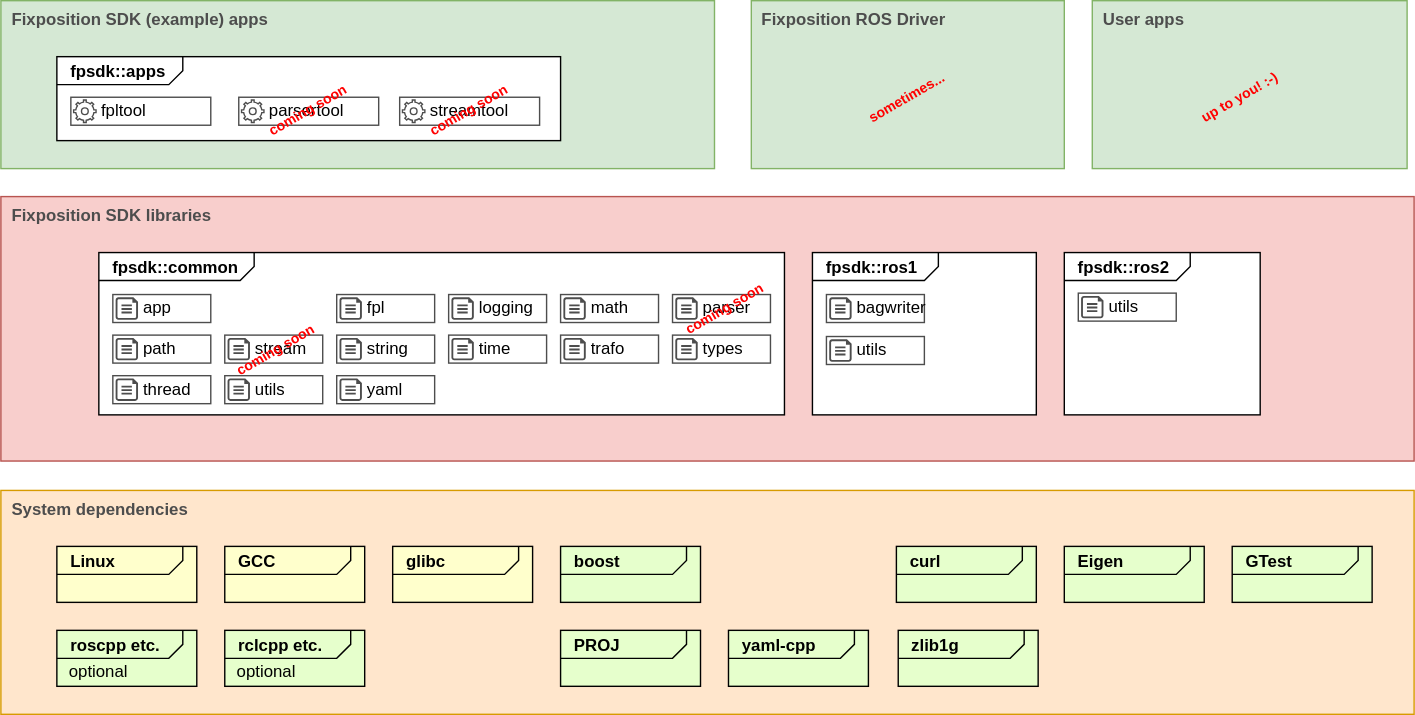
Earlier version of the draw.io export fpsdk_doc/fpsdk-overview.drawio.svg (fixposition/fixposition-sdk). Source tidied: cells renumbered, new cells last; positions are measured from the earlier drawing's top-left corner, leaving out a move shared by most shapes.
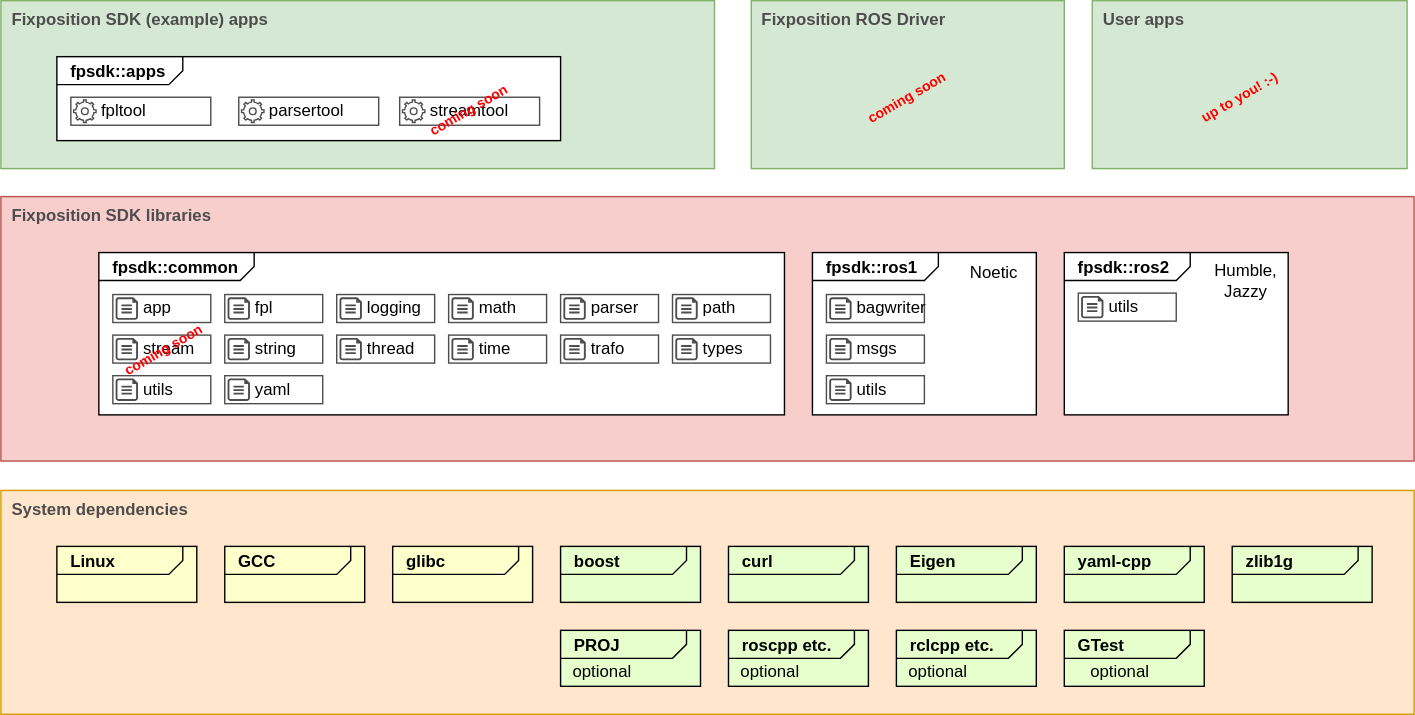
After the commit.

What changed in the source:
```diff
@@ -15,16 +15,16 @@
       <mxGeometry x="40" y="40" width="360" height="60" as="geometry" />
     </mxCell>
     <mxCell id="6" value="&lt;p style=&quot;margin:0px;margin-top:4px;margin-left:10px;text-align:left;&quot;&gt;&lt;b&gt;&lt;font style=&quot;font-size: 12px;&quot;&gt;yaml-cpp&lt;/font&gt;&lt;/b&gt;&lt;/p&gt;" style="html=1;shape=mxgraph.sysml.package;xSize=90;align=left;spacingLeft=10;overflow=fill;fillColor=#E6FFCC;" parent="1" vertex="1">
-      <mxGeometry x="520" y="450" width="100" height="40" as="geometry" />
+      <mxGeometry x="760" y="390" width="100" height="40" as="geometry" />
     </mxCell>
     <mxCell id="7" value="&lt;p style=&quot;margin:0px;margin-top:4px;margin-left:10px;text-align:left;&quot;&gt;&lt;b&gt;&lt;font style=&quot;font-size: 12px;&quot;&gt;roscpp etc.&lt;/font&gt;&lt;/b&gt;&lt;/p&gt;" style="html=1;shape=mxgraph.sysml.package;xSize=90;align=left;spacingLeft=10;overflow=fill;fillColor=#E6FFCC;" parent="1" vertex="1">
-      <mxGeometry x="40" y="450" width="100" height="40" as="geometry" />
+      <mxGeometry x="520" y="450" width="100" height="40" as="geometry" />
     </mxCell>
     <mxCell id="8" value="&lt;p style=&quot;margin:0px;margin-top:4px;margin-left:10px;text-align:left;&quot;&gt;&lt;b&gt;&lt;font style=&quot;font-size: 12px;&quot;&gt;boost&lt;/font&gt;&lt;/b&gt;&lt;/p&gt;" style="html=1;shape=mxgraph.sysml.package;xSize=90;align=left;spacingLeft=10;overflow=fill;fillColor=#E6FFCC;" parent="1" vertex="1">
       <mxGeometry x="400" y="390" width="100" height="40" as="geometry" />
     </mxCell>
     <mxCell id="9" value="&lt;p style=&quot;margin:0px;margin-top:4px;margin-left:10px;text-align:left;&quot;&gt;&lt;b&gt;&lt;font style=&quot;font-size: 12px;&quot;&gt;zlib1g&lt;/font&gt;&lt;/b&gt;&lt;/p&gt;" style="html=1;shape=mxgraph.sysml.package;xSize=90;align=left;spacingLeft=10;overflow=fill;fillColor=#E6FFCC;" parent="1" vertex="1">
-      <mxGeometry x="641.3" y="450" width="100" height="40" as="geometry" />
+      <mxGeometry x="880" y="390" width="100" height="40" as="geometry" />
     </mxCell>
     <mxCell id="10" value="&lt;p style=&quot;margin:0px;margin-top:4px;margin-left:10px;text-align:left;&quot;&gt;&lt;b&gt;&lt;font style=&quot;font-size: 12px;&quot;&gt;GCC&lt;/font&gt;&lt;/b&gt;&lt;/p&gt;" style="html=1;shape=mxgraph.sysml.package;xSize=90;align=left;spacingLeft=10;overflow=fill;fillColor=#FFFFCC;" parent="1" vertex="1">
       <mxGeometry x="160" y="390" width="100" height="40" as="geometry" />
@@ -71,9 +71,6 @@
     <mxCell id="24" value="parsertool" style="whiteSpace=wrap;html=1;strokeColor=#4D4D4D;strokeWidth=1;fontSize=12;fillColor=none;align=left;spacingLeft=20;" parent="22" vertex="1">
       <mxGeometry width="100" height="20" as="geometry" />
     </mxCell>
-    <mxCell id="25" value="coming soon" style="text;strokeColor=none;align=center;fillColor=none;html=1;verticalAlign=middle;whiteSpace=wrap;rounded=0;fontColor=#FF0000;fontStyle=1;rotation=-30;opacity=25;spacing=0;fontSize=10;spacingTop=-2;" parent="22" vertex="1">
-      <mxGeometry x="14.3" y="4.3" width="71.3" height="11.3" as="geometry" />
-    </mxCell>
     <mxCell id="26" value="&lt;p style=&quot;margin:0px;margin-top:4px;margin-left:10px;text-align:left;&quot;&gt;&lt;b&gt;&lt;font style=&quot;font-size: 12px;&quot;&gt;Linux&lt;/font&gt;&lt;/b&gt;&lt;/p&gt;" style="html=1;shape=mxgraph.sysml.package;xSize=90;align=left;spacingLeft=10;overflow=fill;fillColor=#FFFFCC;" parent="1" vertex="1">
       <mxGeometry x="40" y="390" width="100" height="40" as="geometry" />
     </mxCell>
@@ -81,25 +78,25 @@
       <mxGeometry x="280" y="390" width="100" height="40" as="geometry" />
     </mxCell>
     <mxCell id="28" value="&lt;p style=&quot;margin:0px;margin-top:4px;margin-left:10px;text-align:left;&quot;&gt;&lt;b&gt;&lt;font style=&quot;font-size: 12px;&quot;&gt;curl&lt;/font&gt;&lt;/b&gt;&lt;/p&gt;" style="html=1;shape=mxgraph.sysml.package;xSize=90;align=left;spacingLeft=10;overflow=fill;fillColor=#E6FFCC;" parent="1" vertex="1">
-      <mxGeometry x="640" y="390" width="100" height="40" as="geometry" />
+      <mxGeometry x="520" y="390" width="100" height="40" as="geometry" />
     </mxCell>
     <mxCell id="29" value="&lt;p style=&quot;margin:0px;margin-top:4px;margin-left:10px;text-align:left;&quot;&gt;&lt;b&gt;&lt;font style=&quot;font-size: 12px;&quot;&gt;Eigen&lt;/font&gt;&lt;/b&gt;&lt;/p&gt;" style="html=1;shape=mxgraph.sysml.package;xSize=90;align=left;spacingLeft=10;overflow=fill;fillColor=#E6FFCC;" parent="1" vertex="1">
-      <mxGeometry x="760" y="390" width="100" height="40" as="geometry" />
+      <mxGeometry x="640" y="390" width="100" height="40" as="geometry" />
     </mxCell>
     <mxCell id="30" value="&lt;p style=&quot;margin:0px;margin-top:4px;margin-left:10px;text-align:left;&quot;&gt;&lt;b&gt;&lt;font style=&quot;font-size: 12px;&quot;&gt;GTest&lt;/font&gt;&lt;/b&gt;&lt;/p&gt;" style="html=1;shape=mxgraph.sysml.package;xSize=90;align=left;spacingLeft=10;overflow=fill;fillColor=#E6FFCC;" parent="1" vertex="1">
-      <mxGeometry x="880" y="390" width="100" height="40" as="geometry" />
+      <mxGeometry x="760" y="450" width="100" height="40" as="geometry" />
     </mxCell>
     <mxCell id="31" value="&lt;p style=&quot;margin:0px;margin-top:4px;margin-left:10px;text-align:left;&quot;&gt;&lt;b&gt;PROJ&lt;/b&gt;&lt;/p&gt;" style="html=1;shape=mxgraph.sysml.package;xSize=90;align=left;spacingLeft=10;overflow=fill;fillColor=#E6FFCC;" parent="1" vertex="1">
       <mxGeometry x="400" y="450" width="100" height="40" as="geometry" />
     </mxCell>
     <mxCell id="32" value="&lt;p style=&quot;margin:0px;margin-top:4px;margin-left:10px;text-align:left;&quot;&gt;&lt;b&gt;&lt;font style=&quot;font-size: 12px;&quot;&gt;rclcpp etc.&lt;/font&gt;&lt;/b&gt;&lt;/p&gt;" style="html=1;shape=mxgraph.sysml.package;xSize=90;align=left;spacingLeft=10;overflow=fill;fillColor=#E6FFCC;" parent="1" vertex="1">
-      <mxGeometry x="160" y="450" width="100" height="40" as="geometry" />
+      <mxGeometry x="640" y="450" width="100" height="40" as="geometry" />
     </mxCell>
     <mxCell id="33" value="optional" style="text;strokeColor=none;align=center;fillColor=none;html=1;verticalAlign=middle;whiteSpace=wrap;rounded=0;" parent="1" vertex="1">
-      <mxGeometry x="40" y="465" width="60" height="30" as="geometry" />
+      <mxGeometry x="520" y="465" width="60" height="30" as="geometry" />
     </mxCell>
     <mxCell id="34" value="optional" style="text;strokeColor=none;align=center;fillColor=none;html=1;verticalAlign=middle;whiteSpace=wrap;rounded=0;" parent="1" vertex="1">
-      <mxGeometry x="160" y="465" width="60" height="30" as="geometry" />
+      <mxGeometry x="640" y="465" width="60" height="30" as="geometry" />
     </mxCell>
     <mxCell id="35" value="Fixposition ROS Driver" style="whiteSpace=wrap;html=1;strokeColor=#82b366;strokeWidth=1;fontSize=12;fillColor=#d5e8d4;verticalAlign=top;align=left;fontStyle=1;spacingLeft=6;fontColor=#4D4D4D;" parent="1" vertex="1">
       <mxGeometry x="536.3" width="223.7" height="120" as="geometry" />
@@ -107,7 +104,7 @@
     <mxCell id="36" value="User apps" style="whiteSpace=wrap;html=1;strokeColor=#82b366;strokeWidth=1;fontSize=12;fillColor=#d5e8d4;verticalAlign=top;align=left;fontStyle=1;spacingLeft=6;fontColor=#4D4D4D;" parent="1" vertex="1">
       <mxGeometry x="780" width="225" height="120" as="geometry" />
     </mxCell>
-    <mxCell id="37" value="sometimes..." style="text;strokeColor=none;align=center;fillColor=none;html=1;verticalAlign=middle;whiteSpace=wrap;rounded=0;fontColor=#FF0000;fontStyle=1;rotation=-30;opacity=25;spacing=0;fontSize=10;spacingTop=-2;" parent="1" vertex="1">
+    <mxCell id="37" value="coming soon" style="text;strokeColor=none;align=center;fillColor=none;html=1;verticalAlign=middle;whiteSpace=wrap;rounded=0;fontColor=#FF0000;fontStyle=1;rotation=-30;opacity=25;spacing=0;fontSize=10;spacingTop=-2;" parent="1" vertex="1">
       <mxGeometry x="612.5" y="64.3" width="71.3" height="11.3" as="geometry" />
     </mxCell>
     <mxCell id="38" value="up to you! :-)" style="text;strokeColor=none;align=center;fillColor=none;html=1;verticalAlign=middle;whiteSpace=wrap;rounded=0;fontColor=#FF0000;fontStyle=1;rotation=-30;opacity=25;spacing=0;fontSize=10;spacingTop=-2;" parent="1" vertex="1">
@@ -120,7 +117,7 @@
       <mxGeometry x="580" y="180" width="160" height="116" as="geometry" />
     </mxCell>
     <mxCell id="41" style="group;" parent="1" vertex="1">
-      <mxGeometry x="160" y="268" width="70" height="20" as="geometry" />
+      <mxGeometry x="80" y="268" width="70" height="20" as="geometry" />
     </mxCell>
     <mxCell id="42" value="utils" style="whiteSpace=wrap;html=1;strokeColor=#4D4D4D;strokeWidth=1;fontSize=12;fillColor=default;align=left;spacingLeft=20;" parent="41" vertex="1">
       <mxGeometry width="70" height="20" as="geometry" />
@@ -138,7 +135,7 @@
       <mxGeometry x="2" y="2" width="16" height="16" as="geometry" />
     </mxCell>
     <mxCell id="47" style="group;" parent="1" vertex="1">
-      <mxGeometry x="80" y="239" width="70" height="20" as="geometry" />
+      <mxGeometry x="480" y="210" width="70" height="20" as="geometry" />
     </mxCell>
     <mxCell id="48" value="path" style="whiteSpace=wrap;html=1;strokeColor=#4D4D4D;strokeWidth=1;fontSize=12;fillColor=default;align=left;spacingLeft=20;" parent="47" vertex="1">
       <mxGeometry width="70" height="20" as="geometry" />
@@ -147,7 +144,7 @@
       <mxGeometry x="2" y="2" width="16" height="16" as="geometry" />
     </mxCell>
     <mxCell id="50" style="group;" parent="1" vertex="1">
-      <mxGeometry x="400" y="210" width="70" height="20" as="geometry" />
+      <mxGeometry x="320" y="210" width="70" height="20" as="geometry" />
     </mxCell>
     <mxCell id="51" value="math" style="whiteSpace=wrap;html=1;strokeColor=#4D4D4D;strokeWidth=1;fontSize=12;fillColor=default;align=left;spacingLeft=20;" parent="50" vertex="1">
       <mxGeometry width="70" height="20" as="geometry" />
@@ -165,7 +162,7 @@
       <mxGeometry x="2" y="2" width="16" height="16" as="geometry" />
     </mxCell>
     <mxCell id="56" style="group;" parent="1" vertex="1">
-      <mxGeometry x="240" y="210" width="70" height="20" as="geometry" />
+      <mxGeometry x="160" y="210" width="70" height="20" as="geometry" />
     </mxCell>
     <mxCell id="57" value="fpl" style="whiteSpace=wrap;html=1;strokeColor=#4D4D4D;strokeWidth=1;fontSize=12;fillColor=default;align=left;spacingLeft=20;" parent="56" vertex="1">
       <mxGeometry width="70" height="20" as="geometry" />
@@ -174,7 +171,7 @@
       <mxGeometry x="2" y="2" width="16" height="16" as="geometry" />
     </mxCell>
     <mxCell id="59" style="group;" parent="1" vertex="1">
-      <mxGeometry x="320" y="210" width="70" height="20" as="geometry" />
+      <mxGeometry x="240" y="210" width="70" height="20" as="geometry" />
     </mxCell>
     <mxCell id="60" value="logging" style="whiteSpace=wrap;html=1;strokeColor=#4D4D4D;strokeWidth=1;fontSize=12;fillColor=default;align=left;spacingLeft=20;" parent="59" vertex="1">
       <mxGeometry width="70" height="20" as="geometry" />
@@ -183,7 +180,7 @@
       <mxGeometry x="2" y="2" width="16" height="16" as="geometry" />
     </mxCell>
     <mxCell id="62" style="group;" parent="1" vertex="1">
-      <mxGeometry x="240" y="239" width="70" height="20" as="geometry" />
+      <mxGeometry x="160" y="239" width="70" height="20" as="geometry" />
     </mxCell>
     <mxCell id="63" value="string" style="whiteSpace=wrap;html=1;strokeColor=#4D4D4D;strokeWidth=1;fontSize=12;fillColor=default;align=left;spacingLeft=20;" parent="62" vertex="1">
       <mxGeometry width="70" height="20" as="geometry" />
@@ -192,7 +189,7 @@
       <mxGeometry x="2" y="2" width="16" height="16" as="geometry" />
     </mxCell>
     <mxCell id="65" style="group;" parent="1" vertex="1">
-      <mxGeometry x="160" y="239" width="73.3" height="20" as="geometry" />
+      <mxGeometry x="80" y="239" width="73.3" height="20" as="geometry" />
     </mxCell>
     <mxCell id="66" value="stream" style="whiteSpace=wrap;html=1;strokeColor=#4D4D4D;strokeWidth=1;fontSize=12;fillColor=default;align=left;spacingLeft=20;" parent="65" vertex="1">
       <mxGeometry width="70" height="20" as="geometry" />
@@ -231,7 +228,7 @@
       <mxGeometry x="2" y="2" width="16" height="16" as="geometry" />
     </mxCell>
     <mxCell id="78" style="group;" parent="1" vertex="1">
-      <mxGeometry x="240" y="268" width="70" height="20" as="geometry" />
+      <mxGeometry x="160" y="268" width="70" height="20" as="geometry" />
     </mxCell>
     <mxCell id="79" value="yaml" style="whiteSpace=wrap;html=1;strokeColor=#4D4D4D;strokeWidth=1;fontSize=12;fillColor=default;align=left;spacingLeft=20;" parent="78" vertex="1">
       <mxGeometry width="70" height="20" as="geometry" />
@@ -240,7 +237,7 @@
       <mxGeometry x="2" y="2" width="16" height="16" as="geometry" />
     </mxCell>
     <mxCell id="81" style="group;" parent="1" vertex="1">
-      <mxGeometry x="590" y="240" width="70" height="20" as="geometry" />
+      <mxGeometry x="590" y="268" width="70" height="20" as="geometry" />
     </mxCell>
     <mxCell id="82" value="utils" style="whiteSpace=wrap;html=1;strokeColor=#4D4D4D;strokeWidth=1;fontSize=12;fillColor=default;align=left;spacingLeft=20;" parent="81" vertex="1">
       <mxGeometry width="70" height="20" as="geometry" />
@@ -249,7 +246,7 @@
       <mxGeometry x="2" y="2" width="16" height="16" as="geometry" />
     </mxCell>
     <mxCell id="84" value="&lt;p style=&quot;margin:0px;margin-top:4px;margin-left:10px;text-align:left;&quot;&gt;&lt;b&gt;&lt;font style=&quot;font-size: 12px;&quot;&gt;fpsdk::ros2&lt;/font&gt;&lt;/b&gt;&lt;/p&gt;" style="html=1;shape=mxgraph.sysml.package;xSize=90;align=left;spacingLeft=10;overflow=fill;" parent="1" vertex="1">
-      <mxGeometry x="760" y="180" width="140" height="116" as="geometry" />
+      <mxGeometry x="760" y="180" width="160" height="116" as="geometry" />
     </mxCell>
     <mxCell id="85" style="group;" parent="1" vertex="1">
       <mxGeometry x="770" y="209" width="70" height="20" as="geometry" />
@@ -260,17 +257,8 @@
     <mxCell id="87" style="verticalLabelPosition=bottom;html=1;verticalAlign=top;align=center;strokeColor=none;fillColor=#4D4D4D;shape=mxgraph.azure.cloud_services_configuration_file;fontSize=12;" parent="85" vertex="1">
       <mxGeometry x="2" y="2" width="16" height="16" as="geometry" />
     </mxCell>
-    <mxCell id="88" value="t" style="group;" parent="1" vertex="1">
-      <mxGeometry x="80" y="268" width="70" height="20" as="geometry" />
-    </mxCell>
-    <mxCell id="89" value="thread" style="whiteSpace=wrap;html=1;strokeColor=#4D4D4D;strokeWidth=1;fontSize=12;fillColor=default;align=left;spacingLeft=20;" parent="88" vertex="1">
-      <mxGeometry width="70" height="20" as="geometry" />
-    </mxCell>
-    <mxCell id="90" style="verticalLabelPosition=bottom;html=1;verticalAlign=top;align=center;strokeColor=none;fillColor=#4D4D4D;shape=mxgraph.azure.cloud_services_configuration_file;fontSize=12;" parent="88" vertex="1">
-      <mxGeometry x="2" y="2" width="16" height="16" as="geometry" />
-    </mxCell>
     <mxCell id="91" style="group;" parent="1" vertex="1">
-      <mxGeometry x="480" y="210" width="73.3" height="20" as="geometry" />
+      <mxGeometry x="400" y="210" width="73.3" height="20" as="geometry" />
     </mxCell>
     <mxCell id="92" value="parser" style="whiteSpace=wrap;html=1;strokeColor=#4D4D4D;strokeWidth=1;fontSize=12;fillColor=default;align=left;spacingLeft=20;" parent="91" vertex="1">
       <mxGeometry width="70" height="20" as="geometry" />
@@ -278,8 +266,35 @@
     <mxCell id="93" style="verticalLabelPosition=bottom;html=1;verticalAlign=top;align=center;strokeColor=none;fillColor=#4D4D4D;shape=mxgraph.azure.cloud_services_configuration_file;fontSize=12;" parent="91" vertex="1">
       <mxGeometry x="2" y="2" width="16" height="16" as="geometry" />
     </mxCell>
-    <mxCell id="94" value="coming soon" style="text;strokeColor=none;align=center;fillColor=none;html=1;verticalAlign=middle;whiteSpace=wrap;rounded=0;fontColor=#FF0000;fontStyle=1;rotation=-30;opacity=25;spacing=0;fontSize=10;spacingTop=-2;" parent="91" vertex="1">
-      <mxGeometry x="2" y="5.7" width="71.3" height="11.3" as="geometry" />
+    <mxCell id="94" value="optional" style="text;strokeColor=none;align=center;fillColor=none;html=1;verticalAlign=middle;whiteSpace=wrap;rounded=0;" parent="1" vertex="1">
+      <mxGeometry x="400" y="465" width="60" height="30" as="geometry" />
     </mxCell>
+    <mxCell id="95" value="optional" style="text;strokeColor=none;align=center;fillColor=none;html=1;verticalAlign=middle;whiteSpace=wrap;rounded=0;" parent="1" vertex="1">
+      <mxGeometry x="760" y="465" width="80" height="30" as="geometry" />
+    </mxCell>
+    <mxCell id="96" value="Noetic" style="text;strokeColor=none;align=center;fillColor=none;html=1;verticalAlign=middle;whiteSpace=wrap;rounded=0;" parent="1" vertex="1">
+      <mxGeometry x="680" y="179" width="60" height="31" as="geometry" />
+    </mxCell>
+    <mxCell id="97" value="Humble,&lt;br&gt;Jazzy" style="text;strokeColor=none;align=center;fillColor=none;html=1;verticalAlign=middle;whiteSpace=wrap;rounded=0;" parent="1" vertex="1">
+      <mxGeometry x="860" y="180" width="60" height="40" as="geometry" />
+    </mxCell>
+    <mxCell id="98" style="group;" parent="1" vertex="1">
+      <mxGeometry x="590" y="239" width="70" height="20" as="geometry" />
+    </mxCell>
+    <mxCell id="99" value="msgs" style="whiteSpace=wrap;html=1;strokeColor=#4D4D4D;strokeWidth=1;fontSize=12;fillColor=default;align=left;spacingLeft=20;" parent="98" vertex="1">
+      <mxGeometry width="70" height="20" as="geometry" />
+    </mxCell>
+    <mxCell id="100" style="verticalLabelPosition=bottom;html=1;verticalAlign=top;align=center;strokeColor=none;fillColor=#4D4D4D;shape=mxgraph.azure.cloud_services_configuration_file;fontSize=12;" parent="98" vertex="1">
+      <mxGeometry x="2" y="2" width="16" height="16" as="geometry" />
+    </mxCell>
+    <mxCell id="101" style="group;" parent="1" vertex="1">
+      <mxGeometry x="240" y="239" width="70" height="20" as="geometry" />
+    </mxCell>
+    <mxCell id="89" value="thread" style="whiteSpace=wrap;html=1;strokeColor=#4D4D4D;strokeWidth=1;fontSize=12;fillColor=default;align=left;spacingLeft=20;" parent="101" vertex="1">
+      <mxGeometry width="70" height="20" as="geometry" />
+    </mxCell>
+    <mxCell id="102" style="verticalLabelPosition=bottom;html=1;verticalAlign=top;align=center;strokeColor=none;fillColor=#4D4D4D;shape=mxgraph.azure.cloud_services_configuration_file;fontSize=12;" parent="101" vertex="1">
+      <mxGeometry x="2" y="2" width="16" height="16" as="geometry" />
+    </mxCell>
   </root>
 </mxGraphModel>
```
